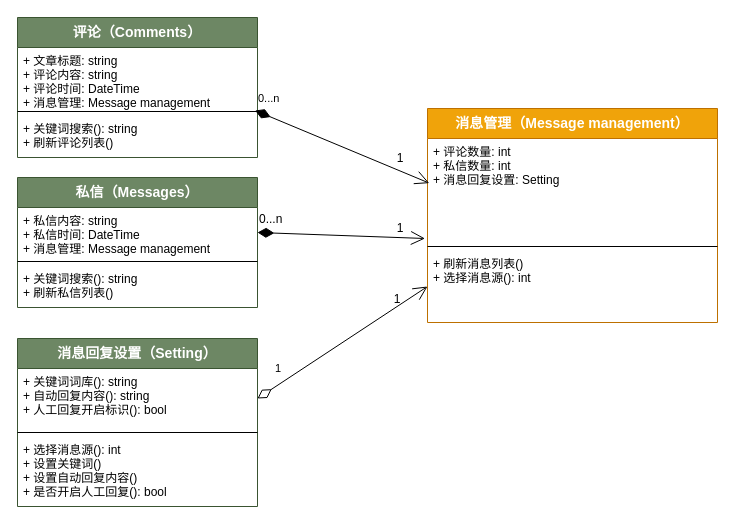
zan-press/diagram keeps this draw.io diagram as 1-SoftwareRequirements/Messages/msg_class.drawio. Above is the earlier version. Source tidied: cells renumbered, new cells numbered last; positions are measured from the earlier drawing's top-left corner, leaving out a move shared by most shapes. Both pictures are drawn from the tidied source at 100%, with x=0, y=0 at pixel (17, 17).
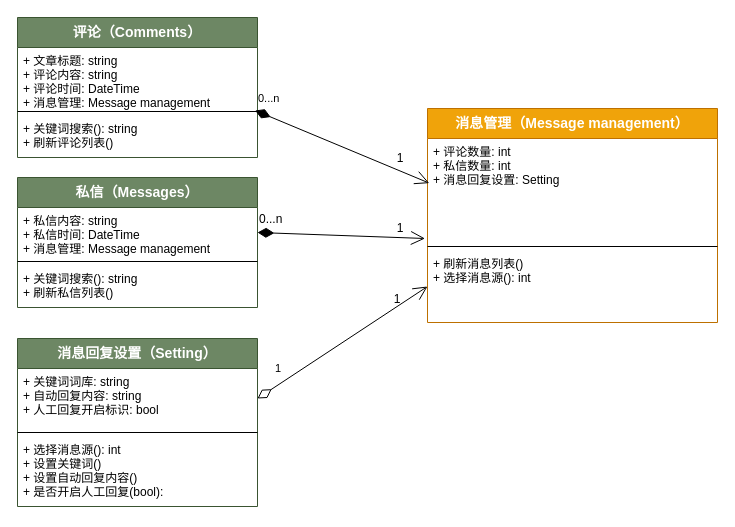
The same page after the edit.

Unchanged cells that the change refers to:
```xml
<mxCell id="13" value="消息回复设置（Setting）" style="swimlane;fontStyle=1;align=center;verticalAlign=top;horizontal=1;startSize=30;fontSize=14;fillColor=#6d8764;strokeColor=#3A5431;fontColor=#ffffff;fontFamily=SF Mono;" parent="1" vertex="1">
  <mxGeometry y="321" width="240" height="168" as="geometry" />
</mxCell>
```

Diff of the diagram source:
```diff
@@
-    <mxCell id="14" value="+ 关键词词库(): string&#10;+ 自动回复内容(): string&#10;+ 人工回复开启标识(): bool" style="text;strokeColor=none;fillColor=none;align=left;verticalAlign=top;spacingLeft=4;spacingRight=4;overflow=hidden;points=[[0,0.5],[1,0.5]];portConstraint=eastwest;fontFamily=SF Mono;" parent="13" vertex="1">
+    <mxCell id="14" value="+ 关键词词库: string&#10;+ 自动回复内容: string&#10;+ 人工回复开启标识: bool" style="text;strokeColor=none;fillColor=none;align=left;verticalAlign=top;spacingLeft=4;spacingRight=4;overflow=hidden;points=[[0,0.5],[1,0.5]];portConstraint=eastwest;fontFamily=SF Mono;" parent="13" vertex="1">
       <mxGeometry y="30" width="240" height="60" as="geometry" />
     </mxCell>
@@
-    <mxCell id="16" value="+ 选择消息源(): int&#10;+ 设置关键词()&#10;+ 设置自动回复内容()&#10;+ 是否开启人工回复(): bool" style="text;strokeColor=none;fillColor=none;align=left;verticalAlign=top;spacingLeft=4;spacingRight=4;overflow=hidden;fontFamily=SF Mono;" parent="13" vertex="1">
+    <mxCell id="16" value="+ 选择消息源(): int&#10;+ 设置关键词()&#10;+ 设置自动回复内容()&#10;+ 是否开启人工回复(bool): " style="text;strokeColor=none;fillColor=none;align=left;verticalAlign=top;spacingLeft=4;spacingRight=4;overflow=hidden;fontFamily=SF Mono;" parent="13" vertex="1">
       <mxGeometry y="98" width="240" height="70" as="geometry" />
     </mxCell>
```
